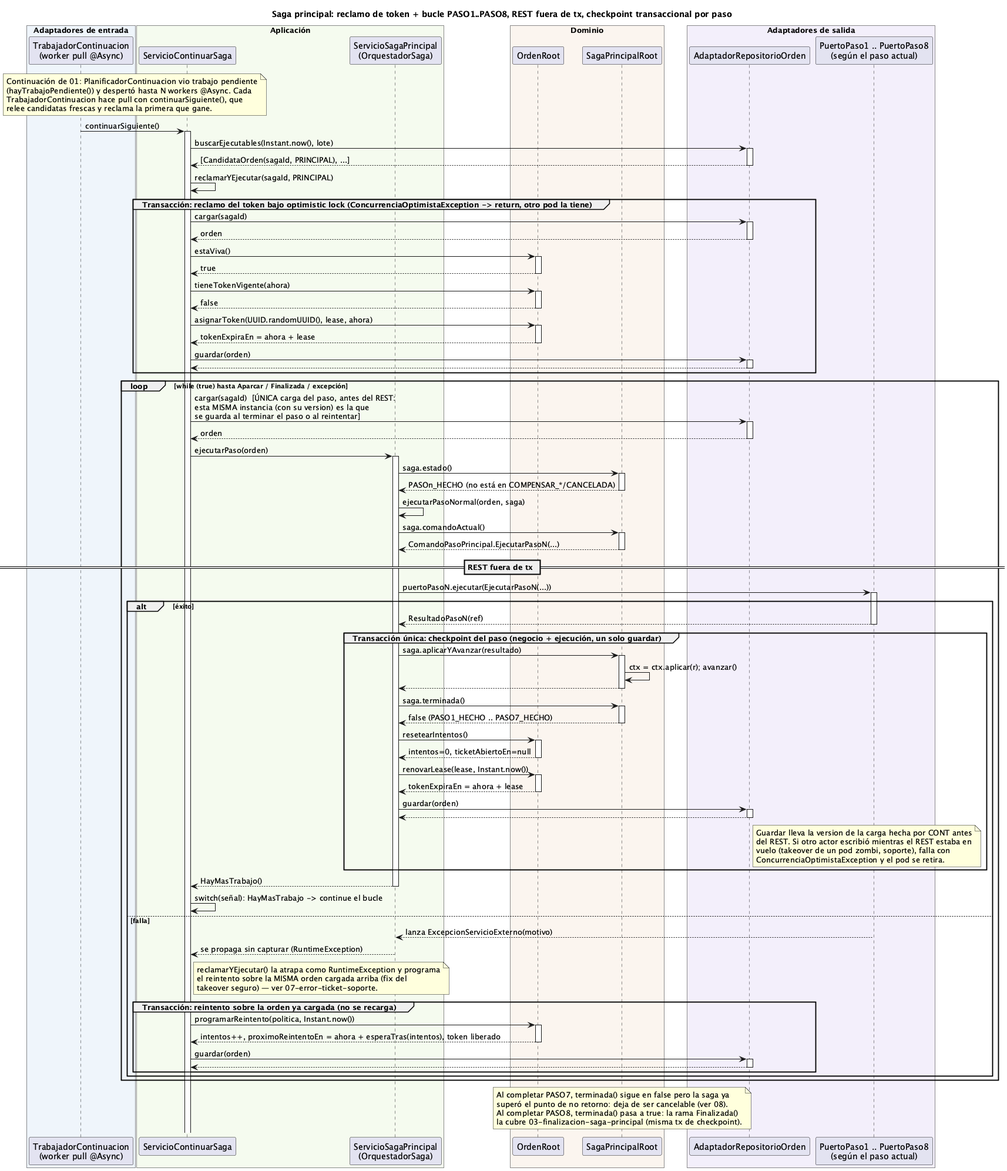
This is order-manager/docs/02-pasos-saga-principal.png from ralcazar/patrones, a PlantUML export, as it was before one commit.
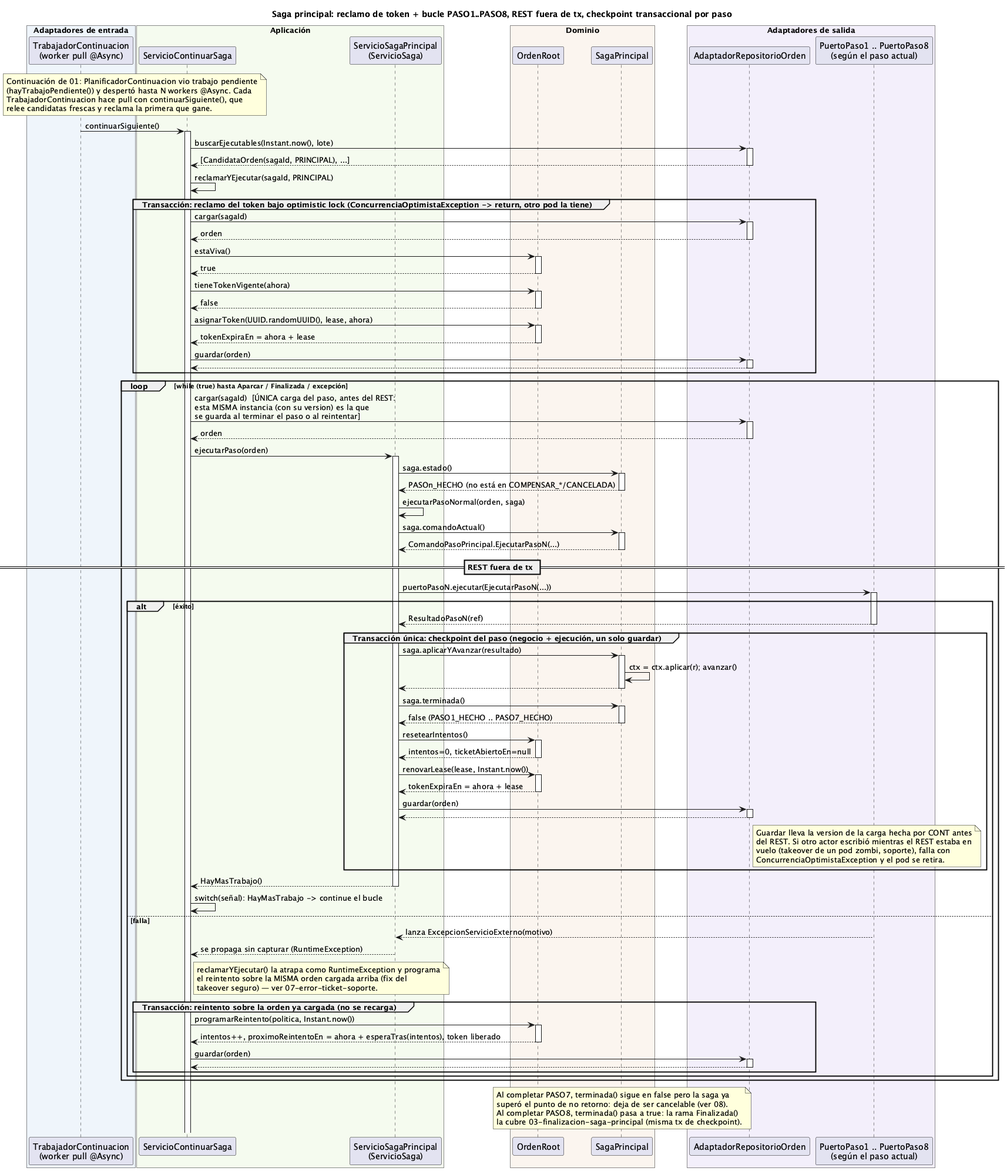
The same diagram one commit later.

Change to the diagram source:
```diff
@@ -6,11 +6,11 @@
 end box
 box "Aplicación" #F5FBEF
   participant "ServicioContinuarSaga" as CONT
-  participant "ServicioSagaPrincipal\n(OrquestadorSaga)" as ORQ
+  participant "ServicioSagaPrincipal\n(ServicioSaga)" as ORQ
 end box
 box "Dominio" #FBF5EF
   participant "OrdenRoot" as ORDEN
-  participant "SagaPrincipalRoot" as SAGA
+  participant "SagaPrincipal" as SAGA
 end box
 box "Adaptadores de salida" #F3EFFB
   participant "AdaptadorRepositorioOrden" as REPO
```
